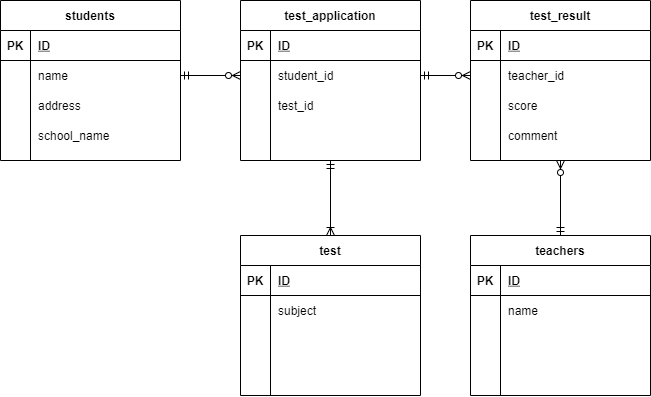
This is index.drawio.png from mairu843/20210625_ikeda, a draw.io export, as it was before one commit. Source tidied: cells renumbered, new cells last; positions are measured from the earlier drawing's top-left corner, leaving out a move shared by most shapes.
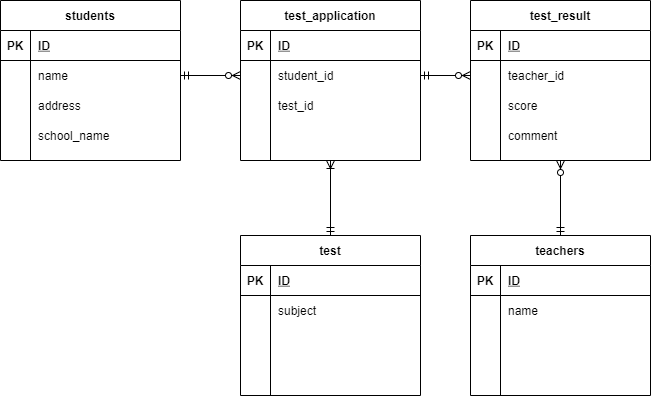
After the change.

Diff of the diagram source:
```diff
@@ -122,7 +122,7 @@
     <mxCell id="41" style="shape=partialRectangle;fillColor=none;top=0;left=0;bottom=0;right=0;align=left;spacingLeft=6;overflow=hidden;" parent="39" vertex="1">
       <mxGeometry x="30" width="150" height="30" as="geometry" />
     </mxCell>
-    <mxCell id="42" style="edgeStyle=orthogonalEdgeStyle;rounded=0;jettySize=auto;html=1;exitX=0.5;exitY=1;exitDx=0;exitDy=0;entryX=0.5;entryY=0;entryDx=0;entryDy=0;endArrow=ERoneToMany;endFill=0;startArrow=ERmandOne;startFill=0;" parent="1" edge="1" source="43" target="58">
+    <mxCell id="42" style="edgeStyle=orthogonalEdgeStyle;rounded=0;jettySize=auto;html=1;exitX=0.5;exitY=1;exitDx=0;exitDy=0;entryX=0.5;entryY=0;entryDx=0;entryDy=0;endArrow=ERmandOne;endFill=0;startArrow=ERoneToMany;startFill=0;" parent="1" edge="1" source="43" target="58">
       <mxGeometry relative="1" as="geometry" />
     </mxCell>
     <mxCell id="43" value="test_application" style="shape=table;startSize=30;rowLines=0;fontStyle=1;align=center;" parent="1" vertex="1">
```
